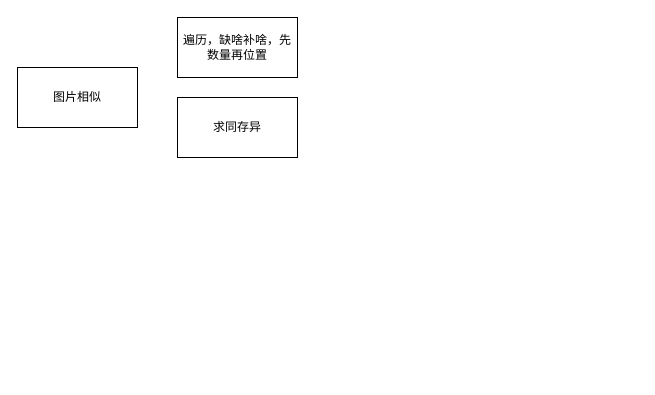
This is 判断.drawio from cguank/gong, a draw.io file, before an edit. Source tidied: cells renumbered, new cells numbered last; positions are measured from the earlier drawing's top-left corner, leaving out a move shared by most shapes. Both pictures are drawn from the tidied source at 100%, with x=0, y=0 at pixel (17, 17).
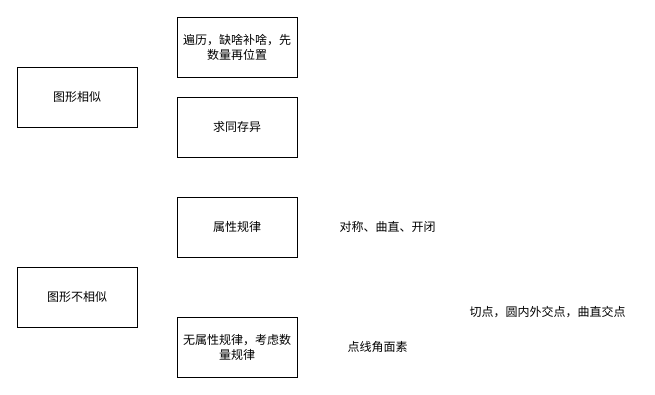
The same diagram, later.

The edit, as a diff of the source:
```diff
@@
 <mxGraphModel>
   <root>
     <mxCell id="0" />
     <mxCell id="1" parent="0" />
-    <mxCell id="2" value="图片相似" style="whiteSpace=wrap;html=1;" parent="1" vertex="1">
+    <mxCell id="2" value="图形相似" style="whiteSpace=wrap;html=1;" parent="1" vertex="1">
       <mxGeometry y="50" width="120" height="60" as="geometry" />
     </mxCell>
     <mxCell id="3" value="遍历，缺啥补啥，先数量再位置" style="whiteSpace=wrap;html=1;" parent="1" vertex="1">
       <mxGeometry x="160" width="120" height="60" as="geometry" />
     </mxCell>
     <mxCell id="4" value="求同存异" style="whiteSpace=wrap;html=1;" parent="1" vertex="1">
       <mxGeometry x="160" y="80" width="120" height="60" as="geometry" />
     </mxCell>
+    <mxCell id="5" value="图形不相似" style="whiteSpace=wrap;html=1;" parent="1" vertex="1">
+      <mxGeometry y="250" width="120" height="60" as="geometry" />
+    </mxCell>
+    <mxCell id="6" value="属性规律" style="whiteSpace=wrap;html=1;" parent="1" vertex="1">
+      <mxGeometry x="160" y="180" width="120" height="60" as="geometry" />
+    </mxCell>
+    <mxCell id="7" value="对称、曲直、开闭" style="text;html=1;align=center;verticalAlign=middle;strokeColor=none;fillColor=none;" parent="1" vertex="1">
+      <mxGeometry x="310" y="195" width="120" height="30" as="geometry" />
+    </mxCell>
+    <mxCell id="8" value="无属性规律，考虑数量规律" style="whiteSpace=wrap;html=1;" parent="1" vertex="1">
+      <mxGeometry x="160" y="300" width="120" height="60" as="geometry" />
+    </mxCell>
+    <mxCell id="9" value="点线角面素" style="text;html=1;align=center;verticalAlign=middle;strokeColor=none;fillColor=none;" parent="1" vertex="1">
+      <mxGeometry x="320" y="315" width="80" height="30" as="geometry" />
+    </mxCell>
+    <mxCell id="10" value="切点，圆内外交点，曲直交点" style="text;html=1;align=center;verticalAlign=middle;strokeColor=none;fillColor=none;" parent="1" vertex="1">
+      <mxGeometry x="440" y="280" width="180" height="30" as="geometry" />
+    </mxCell>
   </root>
 </mxGraphModel>
```
